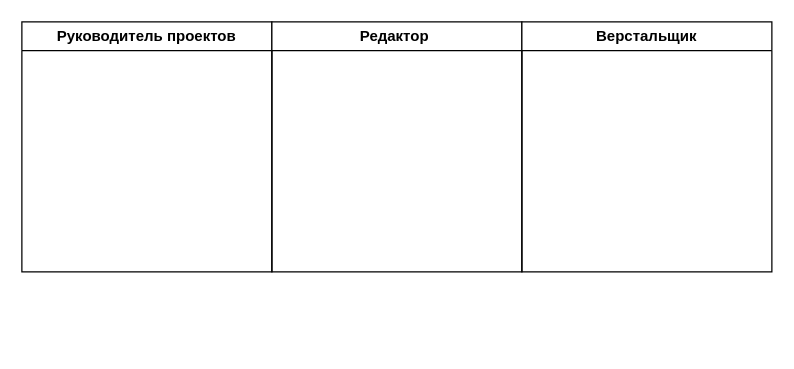
The draw.io diagram ortps5.drawio in danaddi/draw.io, before the edit. Source tidied: cells renumbered, new cells numbered last; positions are measured from the earlier drawing's top-left corner, leaving out a move shared by most shapes. Both pictures are drawn from the tidied source at 125%, with x=0, y=0 at pixel (21, 21).
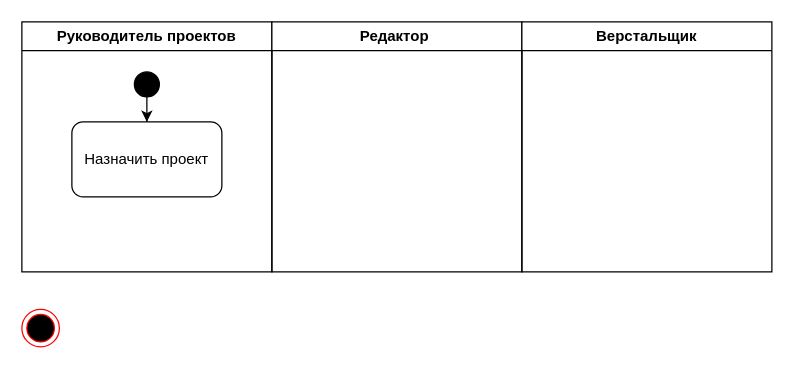
Above is the later version.

What changed in the source:
```diff
@@
 <mxGraphModel>
   <root>
     <mxCell id="0" />
     <mxCell id="1" parent="0" />
     <mxCell id="2" value="Руководитель проектов" style="swimlane;whiteSpace=wrap;html=1;" parent="1" vertex="1">
       <mxGeometry width="200" height="200" as="geometry" />
     </mxCell>
+    <mxCell id="5" style="edgeStyle=orthogonalEdgeStyle;rounded=0;jettySize=auto;html=1;" parent="2" edge="1" source="6" target="7">
+      <mxGeometry relative="1" as="geometry" />
+    </mxCell>
+    <mxCell id="6" style="ellipse;whiteSpace=wrap;html=1;gradientDirection=radial;fillColor=light-dark(#000000, #ff9281);fontColor=#ffffff;strokeColor=light-dark(#000000, #ffacac);" parent="2" vertex="1">
+      <mxGeometry x="90" y="40" width="20" height="20" as="geometry" />
+    </mxCell>
+    <mxCell id="7" value="Назначить проект" style="rounded=1;whiteSpace=wrap;html=1;" parent="2" vertex="1">
+      <mxGeometry x="40" y="80" width="120" height="60" as="geometry" />
+    </mxCell>
     <mxCell id="3" value="Редактор&amp;nbsp;" style="swimlane;whiteSpace=wrap;html=1;" parent="1" vertex="1">
       <mxGeometry x="200" width="200" height="200" as="geometry" />
     </mxCell>
     <mxCell id="4" value="Верстальщик" style="swimlane;whiteSpace=wrap;html=1;startSize=23;" parent="1" vertex="1">
       <mxGeometry x="400" width="200" height="200" as="geometry" />
     </mxCell>
+    <mxCell id="8" style="ellipse;html=1;shape=endState;fillColor=#000000;strokeColor=#ff0000;" parent="1" vertex="1">
+      <mxGeometry y="230" width="30" height="30" as="geometry" />
+    </mxCell>
   </root>
 </mxGraphModel>
```
